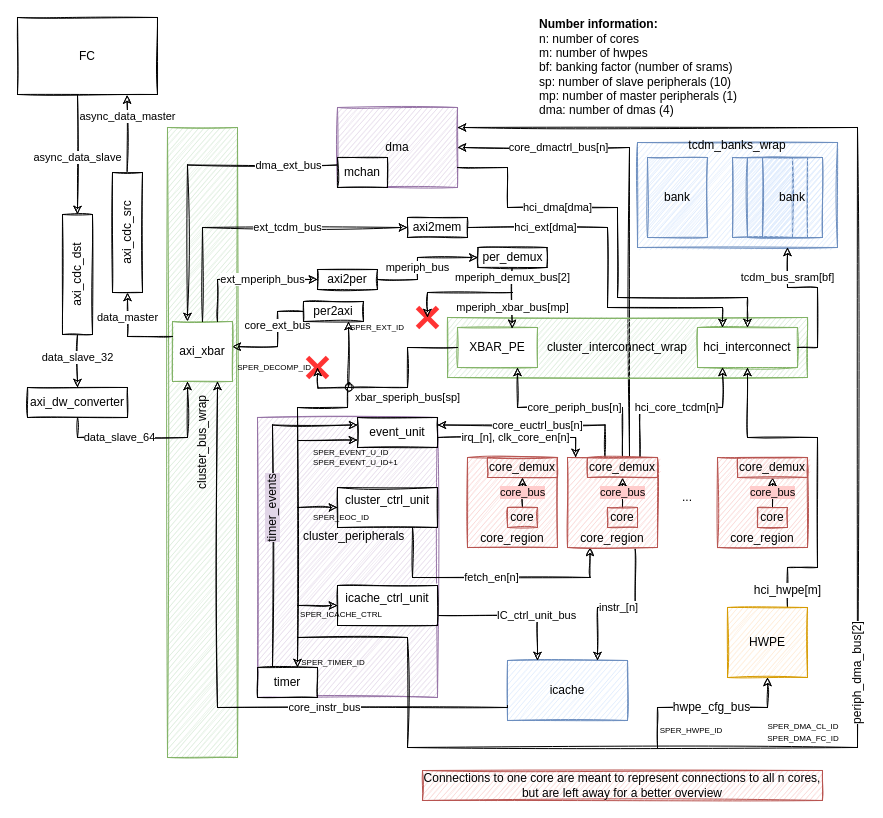
pulp-platform/pulp_cluster keeps this draw.io diagram as doc/PULP_CLUSTER.drawio. Above is the earlier version. Source tidied: cells renumbered, new cells numbered last; positions are measured from the earlier drawing's top-left corner, leaving out a move shared by most shapes. Both pictures are drawn from the tidied source at 100%, with x=0, y=0 at pixel (17, 17).
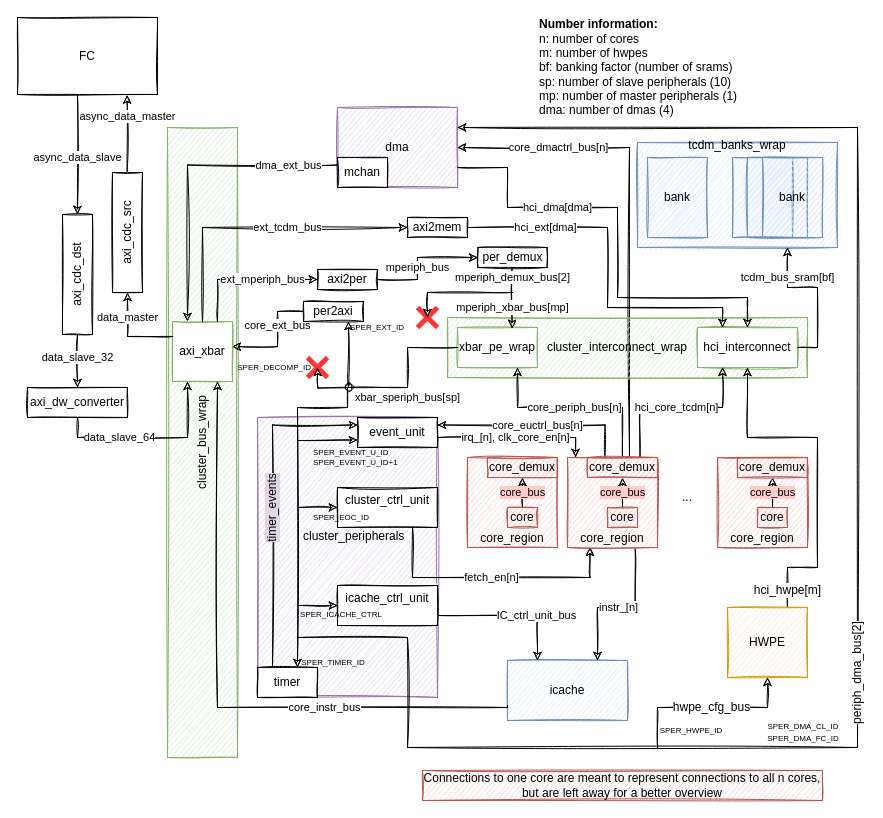
Above is the later version.

Commit message (it also covers changes not shown here):
Add CHANGELOG, update schematic

The change refers to these unchanged cells:
```xml
<mxCell id="7" style="group;sketch=1;sketchStyle=rough;" parent="1" vertex="1">
  <mxGeometry x="430" y="300" width="360" height="60" as="geometry" />
</mxCell>
```

Change to the diagram source:
```diff
@@
-    <mxCell id="10" value="XBAR_PE" style="rounded=0;whiteSpace=wrap;html=1;strokeColor=#82b366;sketch=1;sketchStyle=rough;" parent="7" vertex="1">
+    <mxCell id="10" value="xbar_pe_wrap" style="rounded=0;whiteSpace=wrap;html=1;strokeColor=#82b366;sketch=1;sketchStyle=rough;" parent="7" vertex="1">
       <mxGeometry x="10" y="10" width="80" height="40" as="geometry" />
     </mxCell>
```
